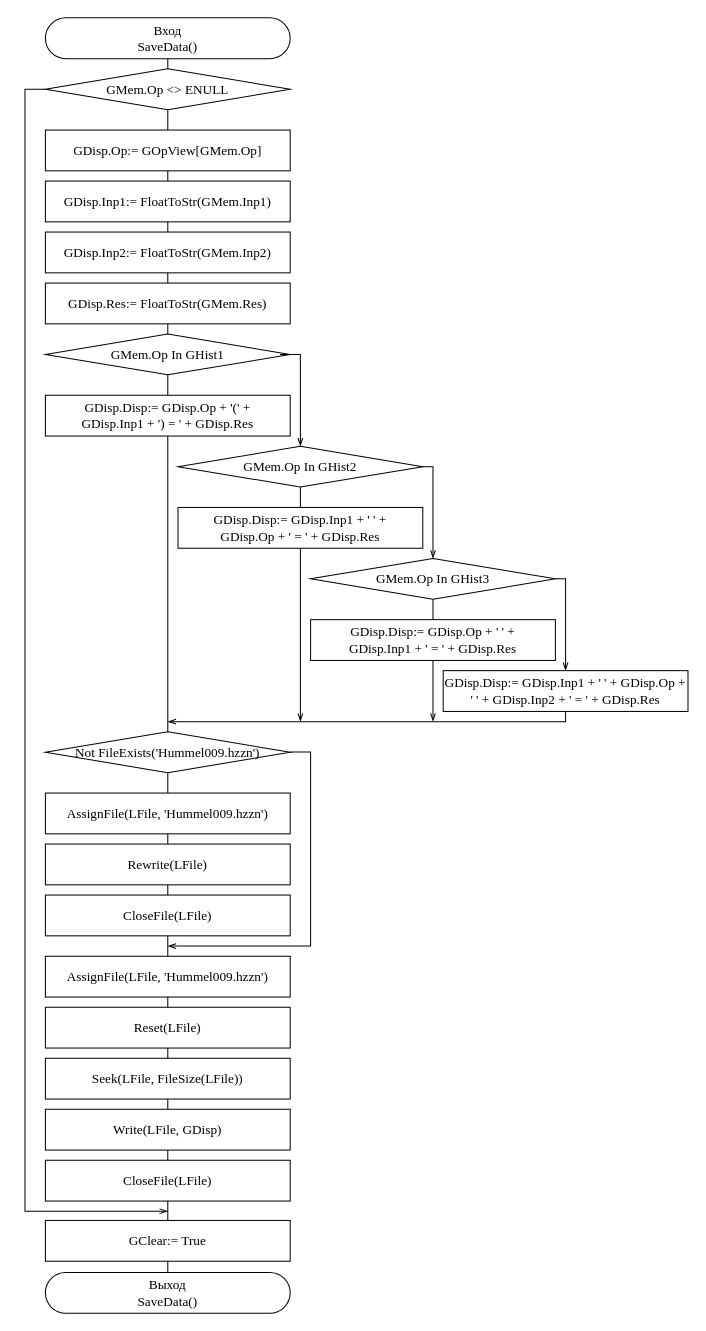
Above: page "SaveData" (4 of 6) of OAiP/Course/Scheme/GUI.drawio in Hummel009/Delphi-Projects (draw.io), before the change. Source tidied: cells renumbered, new cells numbered last; positions are measured from the earlier drawing's top-left corner, leaving out a move shared by most shapes. Both pictures are drawn from the tidied source at 102%, with x=0, y=0 at pixel (24, 17).
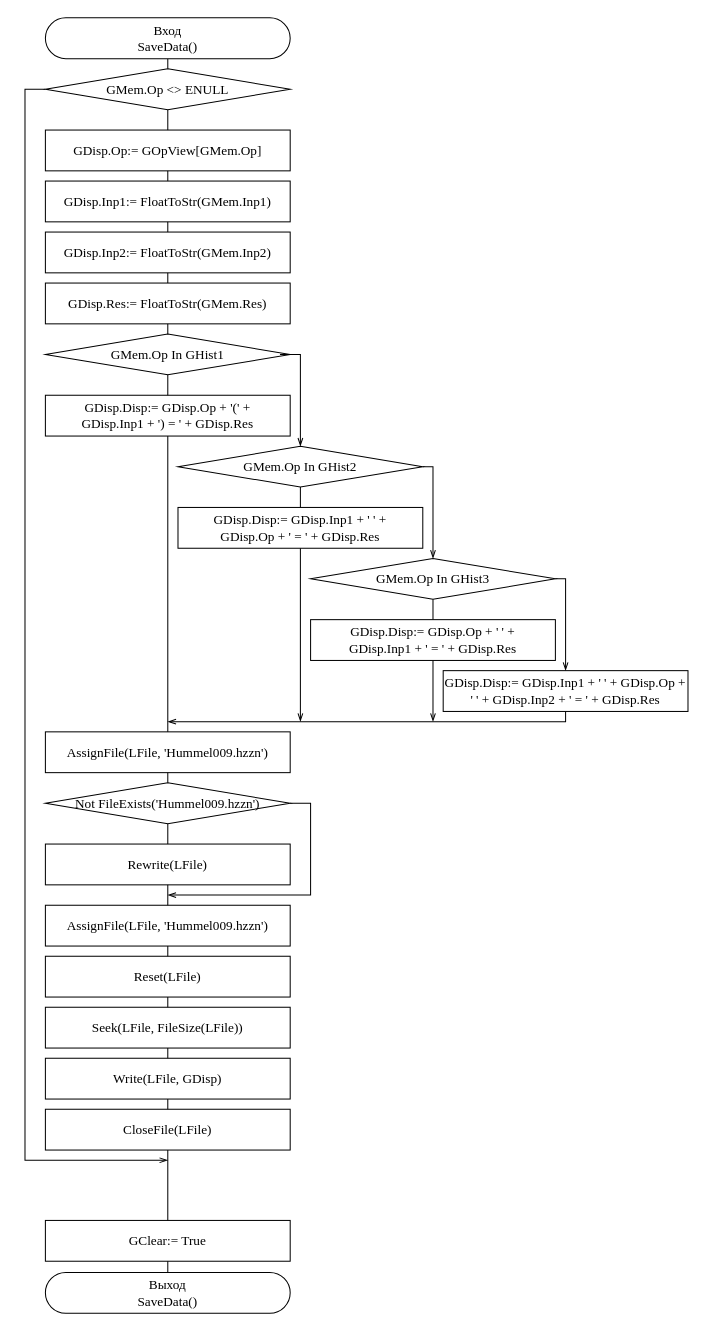
The same diagram, later.

Unchanged cells that the change refers to:
```xml
<mxCell id="7" value="GMem.Op &amp;lt;&amp;gt; ENULL" style="rhombus;whiteSpace=wrap;html=1;rounded=0;strokeWidth=1;fontFamily=Times New Roman;fontSize=13;" parent="1" vertex="1">
  <mxGeometry x="20" y="50" width="240" height="40" as="geometry" />
</mxCell>
```

Change to the diagram source:
```diff
@@
     <mxCell id="22" value="Not FileExists('Hummel009.hzzn')" style="rhombus;whiteSpace=wrap;html=1;rounded=0;strokeWidth=1;fontFamily=Times New Roman;fontSize=13;" parent="1" vertex="1">
-      <mxGeometry x="20" y="700" width="240" height="40" as="geometry" />
+      <mxGeometry x="20" y="750" width="240" height="40" as="geometry" />
     </mxCell>
     <mxCell id="23" value="AssignFile(LFile, 'Hummel009.hzzn')" style="rounded=0;whiteSpace=wrap;html=1;fontSize=13;fontFamily=Times New Roman;" parent="1" vertex="1">
-      <mxGeometry x="20" y="760" width="240" height="40" as="geometry" />
+      <mxGeometry x="20" y="700" width="240" height="40" as="geometry" />
     </mxCell>
@@
-    <mxCell id="25" value="CloseFile(LFile)" style="rounded=0;whiteSpace=wrap;html=1;fontSize=13;fontFamily=Times New Roman;" parent="1" vertex="1">
-      <mxGeometry x="20" y="860" width="240" height="40" as="geometry" />
-    </mxCell>
     <mxCell id="26" value="AssignFile(LFile, 'Hummel009.hzzn')" style="rounded=0;whiteSpace=wrap;html=1;fontSize=13;fontFamily=Times New Roman;" parent="1" vertex="1">
-      <mxGeometry x="20" y="920" width="240" height="40" as="geometry" />
+      <mxGeometry x="20" y="870" width="240" height="40" as="geometry" />
     </mxCell>
     <mxCell id="27" value="Reset(LFile)" style="rounded=0;whiteSpace=wrap;html=1;fontSize=13;fontFamily=Times New Roman;" parent="1" vertex="1">
-      <mxGeometry x="20" y="970" width="240" height="40" as="geometry" />
+      <mxGeometry x="20" y="920" width="240" height="40" as="geometry" />
     </mxCell>
     <mxCell id="28" value="Seek(LFile, FileSize(LFile))" style="rounded=0;whiteSpace=wrap;html=1;fontSize=13;fontFamily=Times New Roman;" parent="1" vertex="1">
-      <mxGeometry x="20" y="1020" width="240" height="40" as="geometry" />
+      <mxGeometry x="20" y="970" width="240" height="40" as="geometry" />
     </mxCell>
     <mxCell id="29" value="Write(LFile, GDisp)" style="rounded=0;whiteSpace=wrap;html=1;fontSize=13;fontFamily=Times New Roman;" parent="1" vertex="1">
-      <mxGeometry x="20" y="1070" width="240" height="40" as="geometry" />
+      <mxGeometry x="20" y="1020" width="240" height="40" as="geometry" />
     </mxCell>
     <mxCell id="30" value="CloseFile(LFile)" style="rounded=0;whiteSpace=wrap;html=1;fontSize=13;fontFamily=Times New Roman;" parent="1" vertex="1">
-      <mxGeometry x="20" y="1120" width="240" height="40" as="geometry" />
+      <mxGeometry x="20" y="1070" width="240" height="40" as="geometry" />
     </mxCell>
@@
     <mxCell id="32" style="endArrow=openThin;html=1;fontFamily=Courier New;fontSize=13;endFill=0;exitX=0;exitY=0.5;exitDx=0;exitDy=0;rounded=0;edgeStyle=orthogonalEdgeStyle;" parent="1" edge="1" source="7">
       <mxGeometry relative="1" as="geometry">
-        <mxPoint x="140" y="1170" as="targetPoint" />
+        <mxPoint x="140" y="1120" as="targetPoint" />
         <Array as="points">
           <mxPoint y="70" />
-          <mxPoint y="1170" />
-          <mxPoint x="140" y="1170" />
+          <mxPoint y="1120" />
+          <mxPoint x="140" y="1120" />
         </Array>
       </mxGeometry>
     </mxCell>
-    <mxCell id="33" style="endArrow=openThin;html=1;fontFamily=Courier New;fontSize=13;endFill=0;exitX=1;exitY=0.5;exitDx=0;exitDy=0;rounded=0;edgeStyle=orthogonalEdgeStyle;" parent="1" edge="1">
+    <mxCell id="33" style="endArrow=openThin;html=1;fontFamily=Courier New;fontSize=13;endFill=0;rounded=0;edgeStyle=orthogonalEdgeStyle;exitX=1;exitY=0.5;exitDx=0;exitDy=0;" parent="1" edge="1" source="22">
       <mxGeometry relative="1" as="geometry">
-        <mxPoint x="260" y="719.7" as="sourcePoint" />
-        <mxPoint x="140" y="910" as="targetPoint" />
+        <mxPoint x="140" y="860" as="targetPoint" />
         <Array as="points">
-          <mxPoint x="280" y="720" />
-          <mxPoint x="280" y="910" />
-          <mxPoint x="140" y="910" />
+          <mxPoint x="280" y="770" />
+          <mxPoint x="280" y="860" />
         </Array>
       </mxGeometry>
     </mxCell>
```
